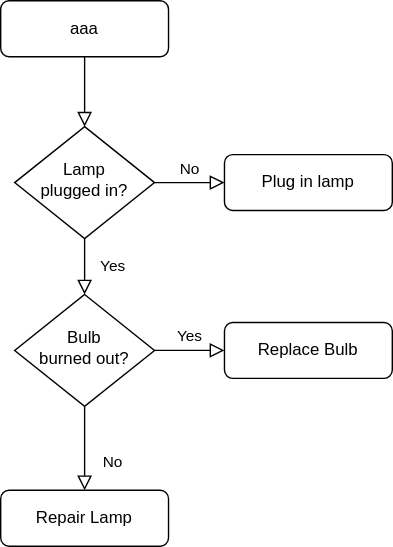
Before: Untitled Diagram.drawio.svg, a diagram exported from draw.io (dev20220810/bright-light-ventures-ph-documentation). Source tidied: cells renumbered, new cells last; positions are measured from the earlier drawing's top-left corner, leaving out a move shared by most shapes.
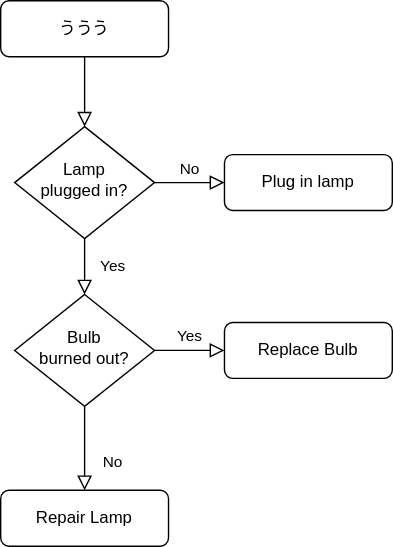
Later version of the same file.

Change to the diagram source:
```diff
@@ -5,7 +5,7 @@
     <mxCell id="2" style="rounded=0;html=1;jettySize=auto;fontSize=11;endArrow=block;endFill=0;endSize=8;strokeWidth=1;shadow=0;labelBackgroundColor=none;edgeStyle=orthogonalEdgeStyle;" parent="1" edge="1" source="3" target="6">
       <mxGeometry relative="1" as="geometry" />
     </mxCell>
-    <mxCell id="3" value="aaa" style="rounded=1;whiteSpace=wrap;html=1;fontSize=12;glass=0;strokeWidth=1;shadow=0;" parent="1" vertex="1">
+    <mxCell id="3" value="ううう" style="rounded=1;whiteSpace=wrap;html=1;fontSize=12;glass=0;strokeWidth=1;shadow=0;" parent="1" vertex="1">
       <mxGeometry width="120" height="40" as="geometry" />
     </mxCell>
     <mxCell id="4" value="Yes" style="rounded=0;html=1;jettySize=auto;fontSize=11;endArrow=block;endFill=0;endSize=8;strokeWidth=1;shadow=0;labelBackgroundColor=none;edgeStyle=orthogonalEdgeStyle;" parent="1" edge="1" source="6" target="10">
```
